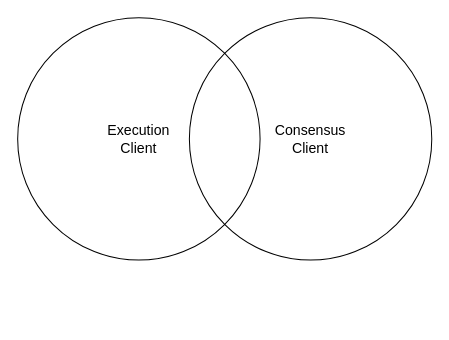
Before: Bryt-mpc.drawio in ali-05-ahmed/Concept-Diagrams, a draw.io diagram. Source tidied: cells renumbered, new cells numbered last; positions are measured from the earlier drawing's top-left corner, leaving out a move shared by most shapes. Both pictures are drawn from the tidied source at 101%, with x=0, y=0 at pixel (17, 17).
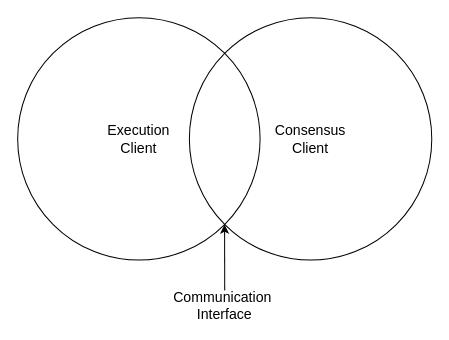
The same diagram, later.

Change to the diagram source:
```diff
@@
 <mxGraphModel>
   <root>
     <mxCell id="0" />
     <mxCell id="1" parent="0" />
     <mxCell id="2" value="&lt;font style=&quot;font-size: 14px;&quot;&gt;Consensus&lt;/font&gt;&lt;div style=&quot;font-size: 14px;&quot;&gt;&lt;font style=&quot;font-size: 14px;&quot;&gt;Client&lt;/font&gt;&lt;/div&gt;" style="ellipse;whiteSpace=wrap;html=1;fillColor=none;" parent="1" vertex="1">
       <mxGeometry x="170" width="240" height="240" as="geometry" />
     </mxCell>
     <mxCell id="3" value="&lt;font style=&quot;font-size: 14px;&quot;&gt;Execution&lt;br&gt;Client&lt;/font&gt;" style="ellipse;whiteSpace=wrap;html=1;fillColor=none;" parent="1" vertex="1">
       <mxGeometry width="240" height="240" as="geometry" />
     </mxCell>
+    <mxCell id="4" style="endArrow=classic;html=1;rounded=0;entryX=1;entryY=1;entryDx=0;entryDy=0;" parent="1" edge="1" target="3">
+      <mxGeometry relative="1" as="geometry">
+        <mxPoint x="205" y="270" as="sourcePoint" />
+      </mxGeometry>
+    </mxCell>
+    <mxCell id="5" value="&lt;font style=&quot;font-size: 14px;&quot;&gt;Communication&amp;nbsp; Interface&lt;/font&gt;" style="text;html=1;align=center;verticalAlign=middle;whiteSpace=wrap;rounded=0;" parent="1" vertex="1">
+      <mxGeometry x="175" y="270" width="60" height="30" as="geometry" />
+    </mxCell>
   </root>
 </mxGraphModel>
```
